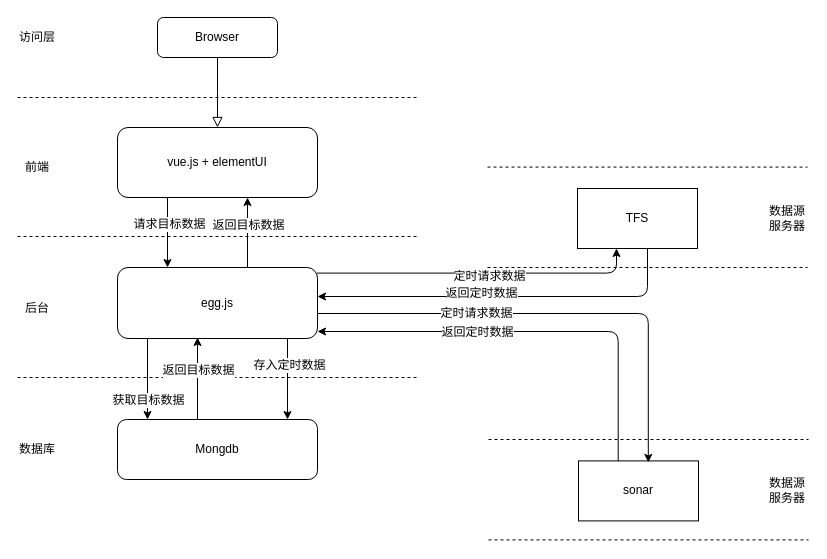
The draw.io diagram Untitled Diagram.drawio in NierWinter/new, before the edit. Source tidied: cells renumbered, new cells numbered last; positions are measured from the earlier drawing's top-left corner, leaving out a move shared by most shapes. Both pictures are drawn from the tidied source at 100%, with x=0, y=0 at pixel (17, 17).
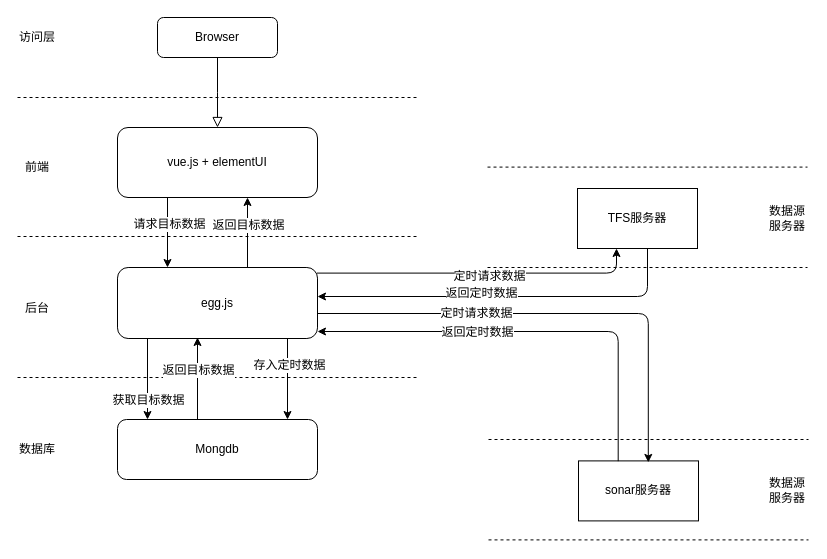
The same diagram, later.

The edit, as a diff of the source:
```diff
@@
-    <mxCell id="18" value="TFS" style="rounded=0;whiteSpace=wrap;html=1;fontSize=12;verticalAlign=middle;align=center;horizontal=1;" parent="1" vertex="1">
+    <mxCell id="18" value="TFS服务器" style="rounded=0;whiteSpace=wrap;html=1;fontSize=12;verticalAlign=middle;align=center;horizontal=1;" parent="1" vertex="1">
       <mxGeometry x="560" y="171" width="120" height="60" as="geometry" />
     </mxCell>
@@
-    <mxCell id="21" value="sonar" style="rounded=0;whiteSpace=wrap;html=1;fontSize=12;verticalAlign=middle;align=center;horizontal=1;" parent="1" vertex="1">
+    <mxCell id="21" value="sonar服务器" style="rounded=0;whiteSpace=wrap;html=1;fontSize=12;verticalAlign=middle;align=center;horizontal=1;" parent="1" vertex="1">
       <mxGeometry x="561" y="443.4" width="120" height="60" as="geometry" />
     </mxCell>
```
